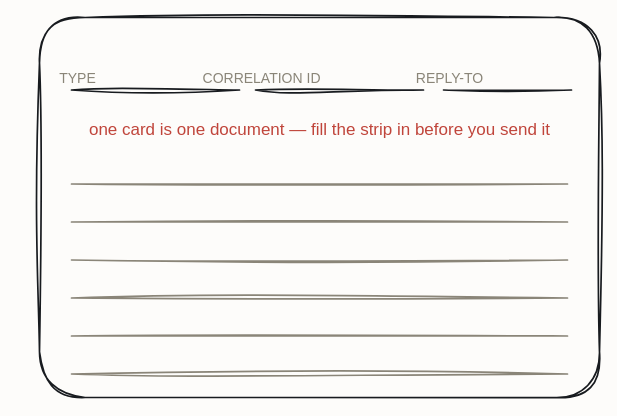
The draw.io diagram resources/paper-document-card.drawio in iancooper/practical-messaging, before the edit. Source tidied: cells renumbered, new cells numbered last; positions are measured from the earlier drawing's top-left corner, leaving out a move shared by most shapes. Both pictures are drawn from the tidied source at 100%, with x=0, y=0 at pixel (17, 17).
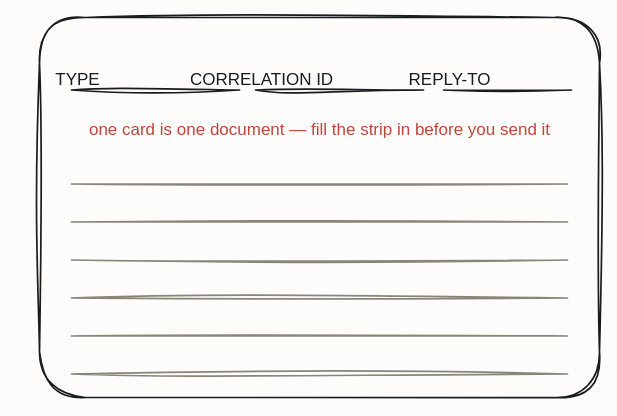
Above is the later version.

Change to the diagram source:
```diff
@@
 <mxGraphModel background="#FDFCFA">
   <root>
     <mxCell id="0" />
     <mxCell id="1" parent="0" />
     <mxCell id="2" style="sketch=1;hachureGap=4;jiggle=2;curveFitting=1;fontFamily=Caveat;html=1;rounded=1;arcSize=12;strokeColor=#181B1F;strokeWidth=1.7;fillColor=none;fontColor=#181B1F;fontSize=15;" parent="1" vertex="1">
       <mxGeometry x="22" width="560" height="380" as="geometry" />
     </mxCell>
-    <mxCell id="3" value="TYPE" style="text;html=1;align=center;fontFamily=Caveat;fontSize=14;fontColor=#8A8578;" parent="1" vertex="1">
+    <mxCell id="3" value="TYPE" style="text;html=1;align=center;fontFamily=Caveat;fontSize=17;fontColor=#181B1F;" parent="1" vertex="1">
       <mxGeometry y="46" width="120" height="20" as="geometry" />
     </mxCell>
     <mxCell id="4" style="sketch=1;hachureGap=4;jiggle=2;curveFitting=1;fontFamily=Caveat;html=1;shape=line;strokeColor=#181B1F;strokeWidth=1.7;fillColor=none;fontColor=#181B1F;fontSize=13;" parent="1" vertex="1">
       <mxGeometry x="54" y="72" width="168" height="1" as="geometry" />
     </mxCell>
-    <mxCell id="5" value="CORRELATION ID" style="text;html=1;align=center;fontFamily=Caveat;fontSize=14;fontColor=#8A8578;" parent="1" vertex="1">
+    <mxCell id="5" value="CORRELATION ID" style="text;html=1;align=center;fontFamily=Caveat;fontSize=17;fontColor=#181B1F;" parent="1" vertex="1">
       <mxGeometry x="184" y="46" width="120" height="20" as="geometry" />
     </mxCell>
     <mxCell id="6" style="sketch=1;hachureGap=4;jiggle=2;curveFitting=1;fontFamily=Caveat;html=1;shape=line;strokeColor=#181B1F;strokeWidth=1.7;fillColor=none;fontColor=#181B1F;fontSize=13;" parent="1" vertex="1">
       <mxGeometry x="238" y="72" width="168" height="1" as="geometry" />
     </mxCell>
-    <mxCell id="7" value="REPLY-TO" style="text;html=1;align=center;fontFamily=Caveat;fontSize=14;fontColor=#8A8578;" parent="1" vertex="1">
+    <mxCell id="7" value="REPLY-TO" style="text;html=1;align=center;fontFamily=Caveat;fontSize=17;fontColor=#181B1F;" parent="1" vertex="1">
       <mxGeometry x="372" y="46" width="120" height="20" as="geometry" />
     </mxCell>
     <mxCell id="8" style="sketch=1;hachureGap=4;jiggle=2;curveFitting=1;fontFamily=Caveat;html=1;shape=line;strokeColor=#181B1F;strokeWidth=1.7;fillColor=none;fontColor=#181B1F;fontSize=13;" parent="1" vertex="1">
       <mxGeometry x="426" y="72" width="128" height="1" as="geometry" />
     </mxCell>
     <mxCell id="9" value="one card is one document — fill the strip in before you send it" style="text;html=1;align=center;fontFamily=Caveat;fontSize=17;fontColor=#C0453B;" parent="1" vertex="1">
       <mxGeometry x="242" y="96" width="120" height="20" as="geometry" />
     </mxCell>
     <mxCell id="10" style="sketch=1;hachureGap=4;jiggle=2;curveFitting=1;fontFamily=Caveat;html=1;shape=line;strokeColor=#8A8578;strokeWidth=1.7;fillColor=none;fontColor=#8A8578;fontSize=13;" parent="1" vertex="1">
       <mxGeometry x="54" y="166" width="496" height="1" as="geometry" />
     </mxCell>
     <mxCell id="11" style="sketch=1;hachureGap=4;jiggle=2;curveFitting=1;fontFamily=Caveat;html=1;shape=line;strokeColor=#8A8578;strokeWidth=1.7;fillColor=none;fontColor=#8A8578;fontSize=13;" parent="1" vertex="1">
       <mxGeometry x="54" y="204" width="496" height="1" as="geometry" />
     </mxCell>
     <mxCell id="12" style="sketch=1;hachureGap=4;jiggle=2;curveFitting=1;fontFamily=Caveat;html=1;shape=line;strokeColor=#8A8578;strokeWidth=1.7;fillColor=none;fontColor=#8A8578;fontSize=13;" parent="1" vertex="1">
       <mxGeometry x="54" y="242" width="496" height="1" as="geometry" />
     </mxCell>
     <mxCell id="13" style="sketch=1;hachureGap=4;jiggle=2;curveFitting=1;fontFamily=Caveat;html=1;shape=line;strokeColor=#8A8578;strokeWidth=1.7;fillColor=none;fontColor=#8A8578;fontSize=13;" parent="1" vertex="1">
       <mxGeometry x="54" y="280" width="496" height="1" as="geometry" />
     </mxCell>
     <mxCell id="14" style="sketch=1;hachureGap=4;jiggle=2;curveFitting=1;fontFamily=Caveat;html=1;shape=line;strokeColor=#8A8578;strokeWidth=1.7;fillColor=none;fontColor=#8A8578;fontSize=13;" parent="1" vertex="1">
       <mxGeometry x="54" y="318" width="496" height="1" as="geometry" />
     </mxCell>
     <mxCell id="15" style="sketch=1;hachureGap=4;jiggle=2;curveFitting=1;fontFamily=Caveat;html=1;shape=line;strokeColor=#8A8578;strokeWidth=1.7;fillColor=none;fontColor=#8A8578;fontSize=13;" parent="1" vertex="1">
       <mxGeometry x="54" y="356" width="496" height="1" as="geometry" />
     </mxCell>
   </root>
 </mxGraphModel>
```
